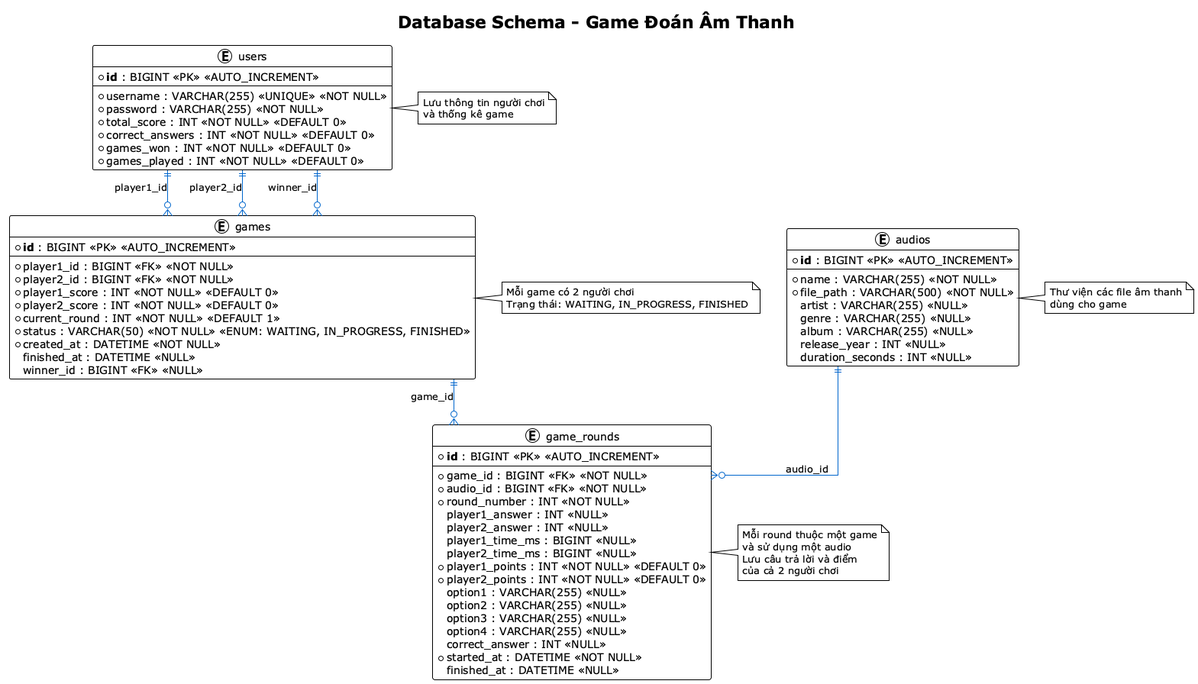
The PlantUML diagram docs/plantuml/Database Diagram.png in ProMeX04/LTM, before a commit.
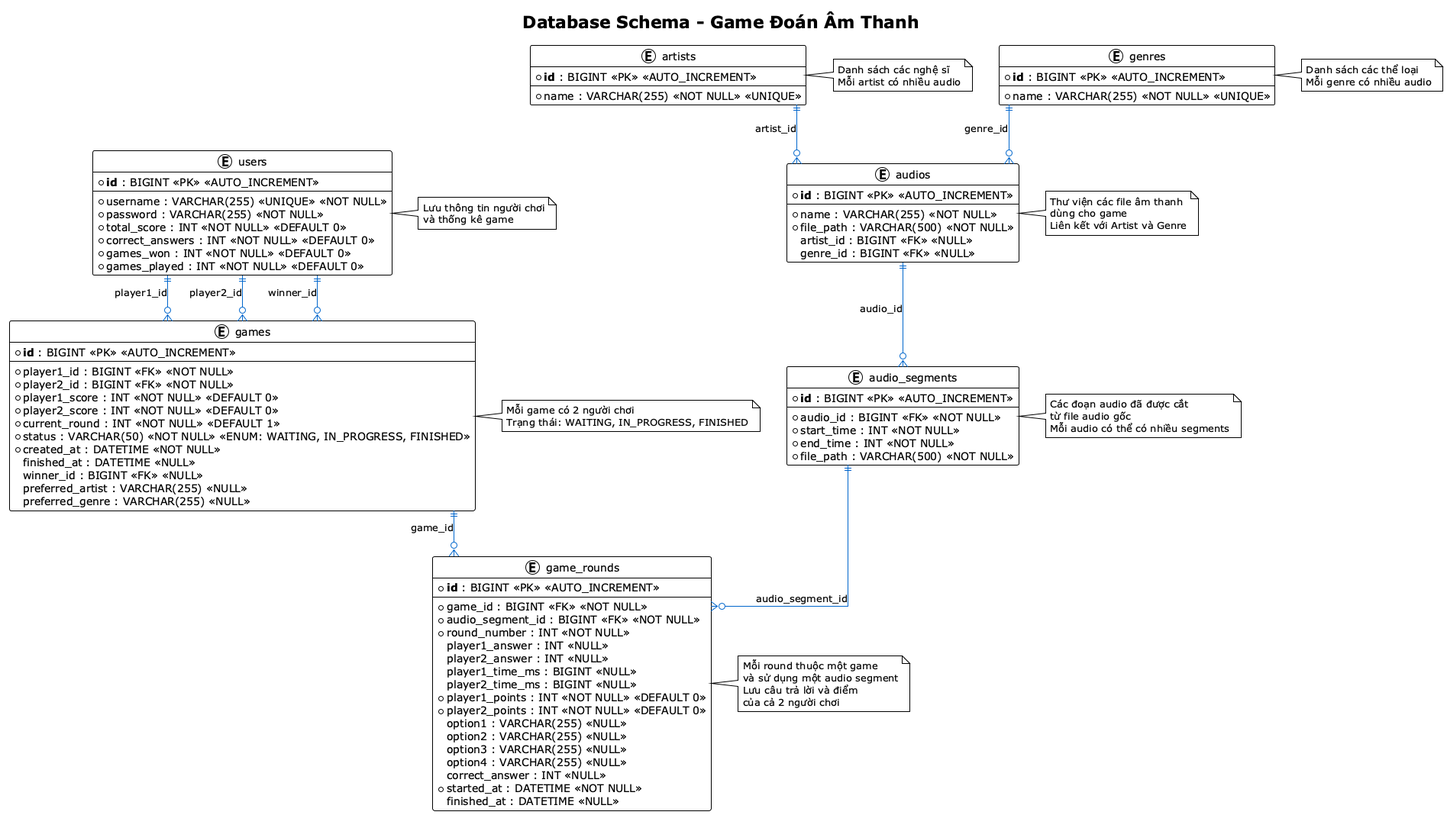
The same diagram one commit later.

Change to the diagram source:
```diff
@@ -37,13 +37,15 @@
   * created_at : DATETIME <<NOT NULL>>
   finished_at : DATETIME <<NULL>>
   winner_id : BIGINT <<FK>> <<NULL>>
+  preferred_artist : VARCHAR(255) <<NULL>>
+  preferred_genre : VARCHAR(255) <<NULL>>
 }
 
 entity "game_rounds" as game_rounds {
   * **id** : BIGINT <<PK>> <<AUTO_INCREMENT>>
   --
   * game_id : BIGINT <<FK>> <<NOT NULL>>
-  * audio_id : BIGINT <<FK>> <<NOT NULL>>
+  * audio_segment_id : BIGINT <<FK>> <<NOT NULL>>
   * round_number : INT <<NOT NULL>>
   player1_answer : INT <<NULL>>
   player2_answer : INT <<NULL>>
@@ -65,11 +67,29 @@
   --
   * name : VARCHAR(255) <<NOT NULL>>
   * file_path : VARCHAR(500) <<NOT NULL>>
-  artist : VARCHAR(255) <<NULL>>
-  genre : VARCHAR(255) <<NULL>>
-  album : VARCHAR(255) <<NULL>>
-  release_year : INT <<NULL>>
-  duration_seconds : INT <<NULL>>
+  artist_id : BIGINT <<FK>> <<NULL>>
+  genre_id : BIGINT <<FK>> <<NULL>>
+}
+
+entity "artists" as artists {
+  * **id** : BIGINT <<PK>> <<AUTO_INCREMENT>>
+  --
+  * name : VARCHAR(255) <<NOT NULL>> <<UNIQUE>>
+}
+
+entity "genres" as genres {
+  * **id** : BIGINT <<PK>> <<AUTO_INCREMENT>>
+  --
+  * name : VARCHAR(255) <<NOT NULL>> <<UNIQUE>>
+}
+
+entity "audio_segments" as audio_segments {
+  * **id** : BIGINT <<PK>> <<AUTO_INCREMENT>>
+  --
+  * audio_id : BIGINT <<FK>> <<NOT NULL>>
+  * start_time : INT <<NOT NULL>>
+  * end_time : INT <<NOT NULL>>
+  * file_path : VARCHAR(500) <<NOT NULL>>
 }
 
 users ||--o{ games : "player1_id"
@@ -77,7 +97,10 @@
 users ||--o{ games : "winner_id"
 
 games ||--o{ game_rounds : "game_id"
-audios ||--o{ game_rounds : "audio_id"
+audio_segments ||--o{ game_rounds : "audio_segment_id"
+audios ||--o{ audio_segments : "audio_id"
+artists ||--o{ audios : "artist_id"
+genres ||--o{ audios : "genre_id"
 
 note right of users
   Lưu thông tin người chơi
@@ -91,7 +114,7 @@
 
 note right of game_rounds
   Mỗi round thuộc một game
-  và sử dụng một audio
+  và sử dụng một audio segment
   Lưu câu trả lời và điểm
   của cả 2 người chơi
 end note
@@ -99,6 +122,23 @@
 note right of audios
   Thư viện các file âm thanh
   dùng cho game
+  Liên kết với Artist và Genre
+end note
+
+note right of artists
+  Danh sách các nghệ sĩ
+  Mỗi artist có nhiều audio
+end note
+
+note right of genres
+  Danh sách các thể loại
+  Mỗi genre có nhiều audio
+end note
+
+note right of audio_segments
+  Các đoạn audio đã được cắt
+  từ file audio gốc
+  Mỗi audio có thể có nhiều segments
 end note
 
 @enduml
```
